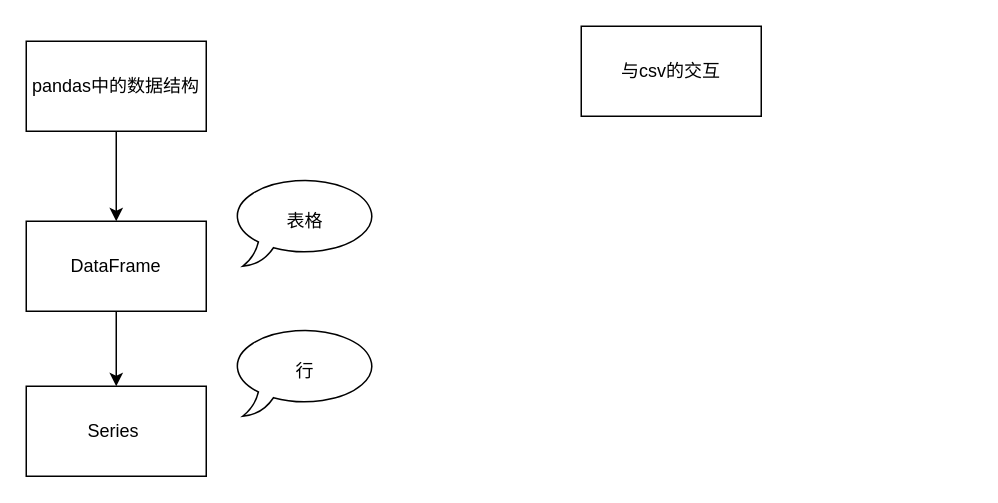
The draw.io diagram 数据处理/pandas.drawio in sunzx97/diagram, before the edit. Source tidied: cells renumbered, new cells numbered last; positions are measured from the earlier drawing's top-left corner, leaving out a move shared by most shapes. Both pictures are drawn from the tidied source at 150%, with x=0, y=0 at pixel (26, 26).
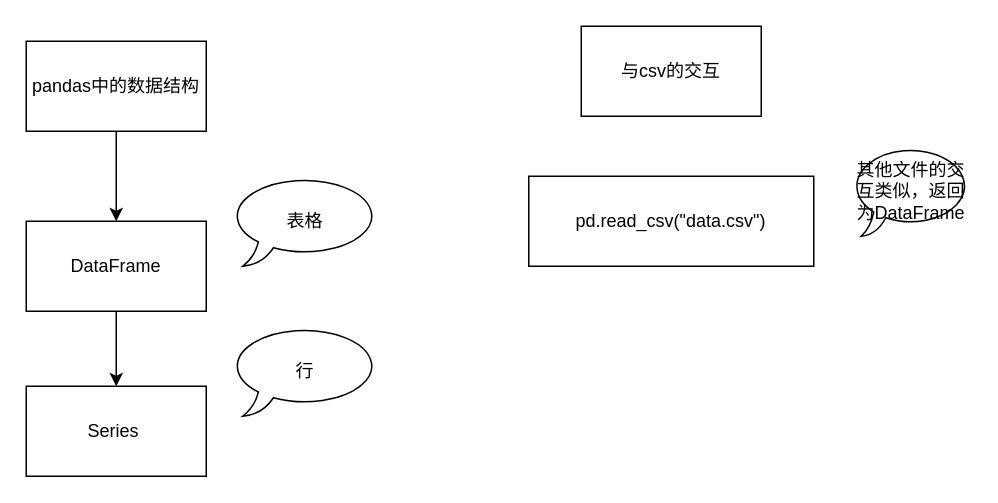
Above is the later version.

What changed in the source:
```diff
@@
 <mxGraphModel>
   <root>
     <mxCell id="0" />
     <mxCell id="1" parent="0" />
     <mxCell id="2" style="edgeStyle=orthogonalEdgeStyle;rounded=0;jettySize=auto;html=1;exitX=0.5;exitY=1;exitDx=0;exitDy=0;entryX=0.5;entryY=0;entryDx=0;entryDy=0;" parent="1" edge="1" source="3" target="5">
       <mxGeometry relative="1" as="geometry" />
     </mxCell>
     <mxCell id="3" value="pandas中的数据结构" style="rounded=0;whiteSpace=wrap;html=1;" parent="1" vertex="1">
       <mxGeometry y="10" width="120" height="60" as="geometry" />
     </mxCell>
     <mxCell id="4" style="edgeStyle=orthogonalEdgeStyle;rounded=0;jettySize=auto;html=1;exitX=0.5;exitY=1;exitDx=0;exitDy=0;entryX=0.5;entryY=0;entryDx=0;entryDy=0;" parent="1" edge="1" source="5" target="6">
       <mxGeometry relative="1" as="geometry" />
     </mxCell>
     <mxCell id="5" value="&lt;span style=&quot;text-align: left;&quot;&gt;DataFrame&lt;/span&gt;" style="rounded=0;whiteSpace=wrap;html=1;" parent="1" vertex="1">
       <mxGeometry y="130" width="120" height="60" as="geometry" />
     </mxCell>
     <mxCell id="6" value="Series&amp;nbsp;" style="rounded=0;whiteSpace=wrap;html=1;" parent="1" vertex="1">
       <mxGeometry y="240" width="120" height="60" as="geometry" />
     </mxCell>
     <mxCell id="7" value="表格" style="whiteSpace=wrap;html=1;shape=mxgraph.basic.oval_callout;" parent="1" vertex="1">
       <mxGeometry x="136" y="100" width="100" height="60" as="geometry" />
     </mxCell>
     <mxCell id="8" value="行" style="whiteSpace=wrap;html=1;shape=mxgraph.basic.oval_callout;" parent="1" vertex="1">
       <mxGeometry x="136" y="200" width="100" height="60" as="geometry" />
     </mxCell>
     <mxCell id="9" value="与csv的交互" style="rounded=0;whiteSpace=wrap;html=1;" parent="1" vertex="1">
       <mxGeometry x="370" width="120" height="60" as="geometry" />
     </mxCell>
+    <mxCell id="10" value="pd.read_csv(&quot;data.csv&quot;)" style="rounded=0;whiteSpace=wrap;html=1;" parent="1" vertex="1">
+      <mxGeometry x="335" y="100" width="190" height="60" as="geometry" />
+    </mxCell>
+    <mxCell id="11" value="其他文件的交互类似，返回为DataFrame" style="whiteSpace=wrap;html=1;shape=mxgraph.basic.oval_callout;" parent="1" vertex="1">
+      <mxGeometry x="550" y="80" width="80" height="60" as="geometry" />
+    </mxCell>
   </root>
 </mxGraphModel>
```
